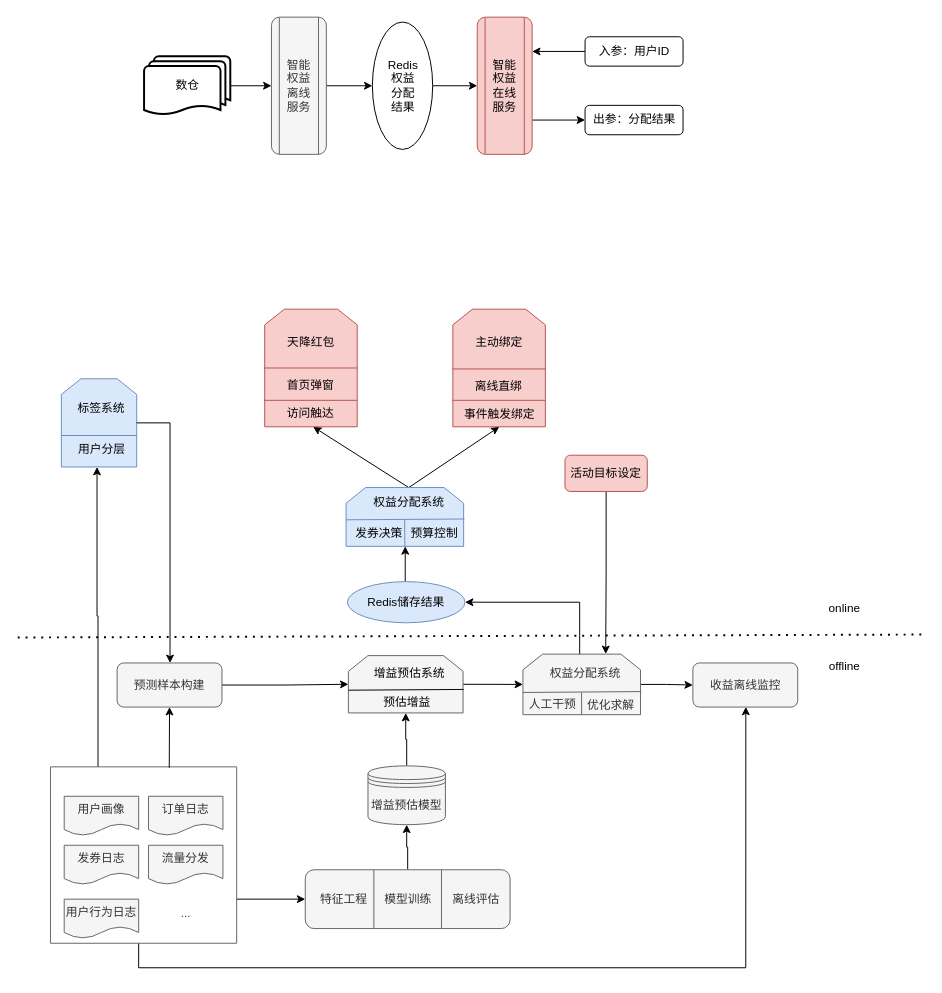
Earlier version of the draw.io diagram 小程序TRD.drawio (JintaiYang/drawio). Source tidied: cells renumbered, new cells numbered last; positions are measured from the earlier drawing's top-left corner, leaving out a move shared by most shapes. Both pictures are drawn from the tidied source at 98%, with x=0, y=0 at pixel (18, 17).
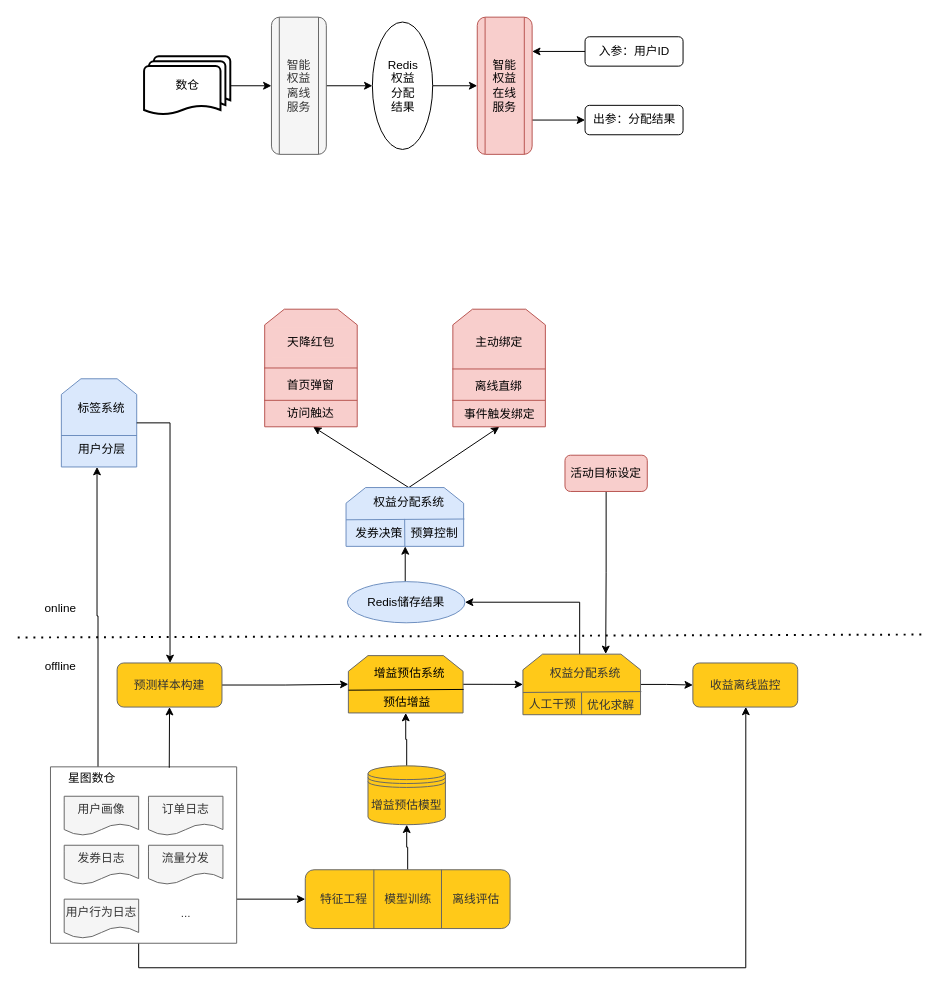
The same diagram, later.

Commit message (it also covers changes not shown here):
更新小程序TRD.drawio

Change to the diagram source:
```diff
@@
-    <mxCell id="23" value="收益离线监控" style="rounded=1;whiteSpace=wrap;html=1;fillColor=#f5f5f5;fontColor=#333333;strokeColor=#666666;" parent="1" vertex="1">
+    <mxCell id="23" value="收益离线监控" style="rounded=1;whiteSpace=wrap;html=1;fillColor=#FFC919;fontColor=#333333;strokeColor=#666666;" parent="1" vertex="1">
       <mxGeometry x="688.5" y="659" width="107" height="45" as="geometry" />
     </mxCell>
@@
-    <mxCell id="25" value="预测样本构建" style="rounded=1;whiteSpace=wrap;html=1;fillColor=#f5f5f5;fontColor=#333333;strokeColor=#666666;" parent="1" vertex="1">
+    <mxCell id="25" value="预测样本构建" style="rounded=1;whiteSpace=wrap;html=1;fillColor=#FFC919;fontColor=#333333;strokeColor=#666666;" parent="1" vertex="1">
       <mxGeometry x="101" y="659" width="107" height="45" as="geometry" />
     </mxCell>
@@
-    <mxCell id="28" value="增益预估模型" style="shape=datastore;whiteSpace=wrap;html=1;rounded=1;glass=0;sketch=0;strokeWidth=1;fillColor=#f5f5f5;fontColor=#333333;strokeColor=#666666;" parent="1" vertex="1">
+    <mxCell id="28" value="增益预估模型" style="shape=datastore;whiteSpace=wrap;html=1;rounded=1;glass=0;sketch=0;strokeWidth=1;fillColor=#FFC919;fontColor=#333333;strokeColor=#666666;" parent="1" vertex="1">
       <mxGeometry x="357" y="764" width="79" height="60" as="geometry" />
     </mxCell>
@@
-    <mxCell id="65" style="shape=loopLimit;whiteSpace=wrap;html=1;rounded=0;sketch=0;size=20;fillColor=#f5f5f5;strokeColor=#666666;fontColor=#333333;" parent="1" vertex="1">
+    <mxCell id="65" style="shape=loopLimit;whiteSpace=wrap;html=1;rounded=0;sketch=0;size=20;fillColor=#FFC919;strokeColor=#666666;fontColor=#333333;" parent="1" vertex="1">
       <mxGeometry x="337" y="651.5" width="117" height="58.5" as="geometry" />
     </mxCell>
@@
-    <mxCell id="69" style="shape=loopLimit;whiteSpace=wrap;html=1;rounded=0;sketch=0;size=20;fillColor=#f5f5f5;fontColor=#333333;strokeColor=#666666;" parent="1" vertex="1">
+    <mxCell id="69" style="shape=loopLimit;whiteSpace=wrap;html=1;rounded=0;sketch=0;size=20;fillColor=#FFC919;fontColor=#333333;strokeColor=#666666;" parent="1" vertex="1">
       <mxGeometry x="515.1" y="650" width="120" height="61.8" as="geometry" />
     </mxCell>
@@
-    <mxCell id="76" value="模型训练" style="shape=process;whiteSpace=wrap;html=1;backgroundOutline=1;rounded=1;glass=0;sketch=0;strokeWidth=1;size=0.3333333333333333;fillColor=#f5f5f5;fontColor=#333333;strokeColor=#666666;" parent="1" vertex="1">
+    <mxCell id="76" value="模型训练" style="shape=process;whiteSpace=wrap;html=1;backgroundOutline=1;rounded=1;glass=0;sketch=0;strokeWidth=1;size=0.3333333333333333;fillColor=#FFC919;fontColor=#333333;strokeColor=#666666;" parent="1" vertex="1">
       <mxGeometry x="293" y="870" width="209" height="60" as="geometry" />
     </mxCell>
@@
     <mxCell id="79" value="offline" style="text;html=1;align=center;verticalAlign=middle;strokeColor=none;fillColor=none;" parent="1" vertex="1">
-      <mxGeometry x="813" y="647.5" width="60" height="30" as="geometry" />
+      <mxGeometry x="13" y="647.5" width="60" height="30" as="geometry" />
     </mxCell>
     <mxCell id="80" value="online" style="text;html=1;align=center;verticalAlign=middle;strokeColor=none;fillColor=none;" parent="1" vertex="1">
-      <mxGeometry x="813" y="588" width="60" height="30" as="geometry" />
+      <mxGeometry x="13" y="588" width="60" height="30" as="geometry" />
     </mxCell>
+    <mxCell id="81" value="星图数仓" style="text;html=1;align=center;verticalAlign=middle;strokeColor=none;fillColor=none;" parent="1" vertex="1">
+      <mxGeometry x="40" y="762" width="70" height="30" as="geometry" />
+    </mxCell>
```
